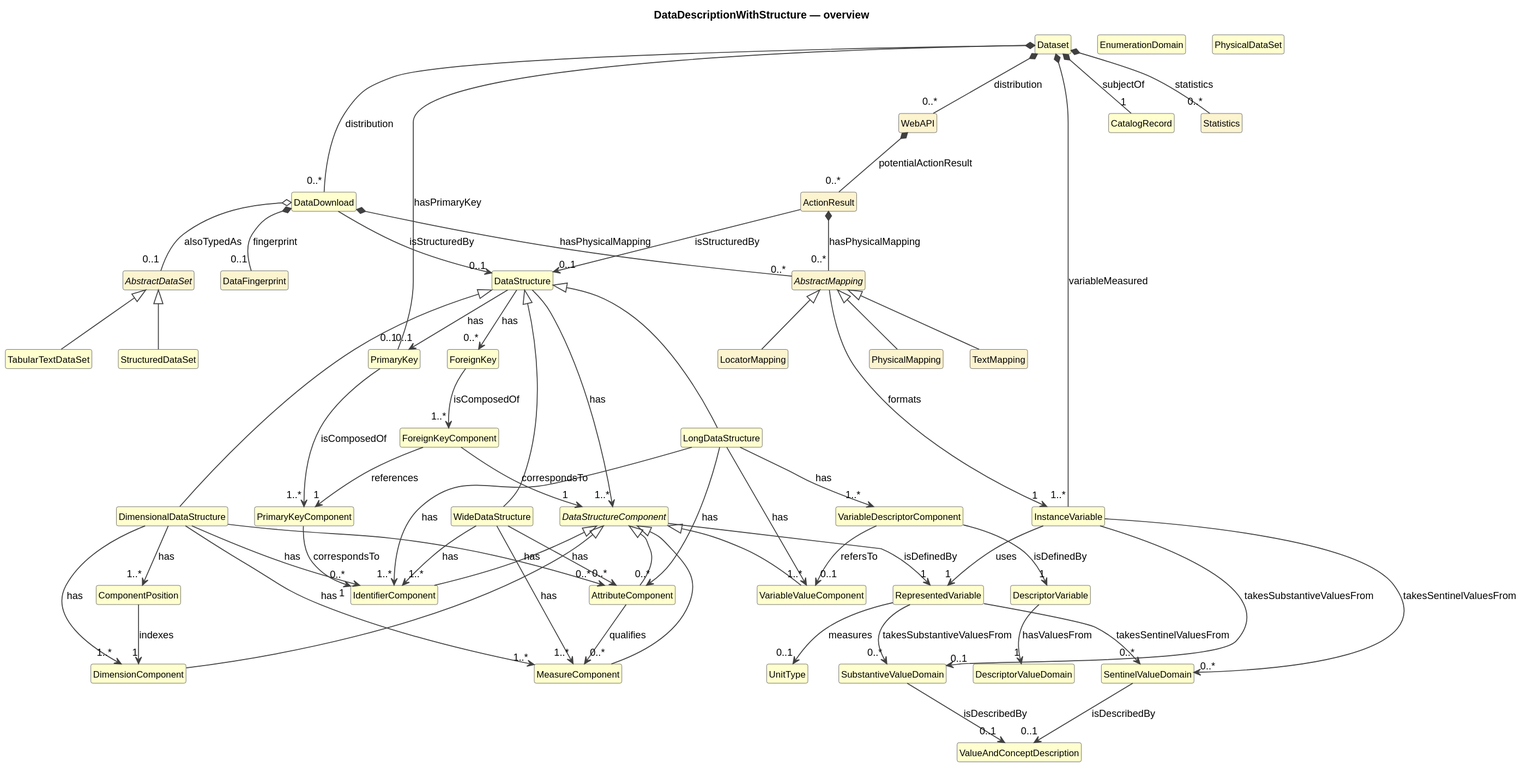
Above: cdif-uml-model/_plantuml/cdifDataStructure/index.svg in Cross-Domain-Interoperability-Framework/metadataBuildingBlocks (PlantUML), before the change.
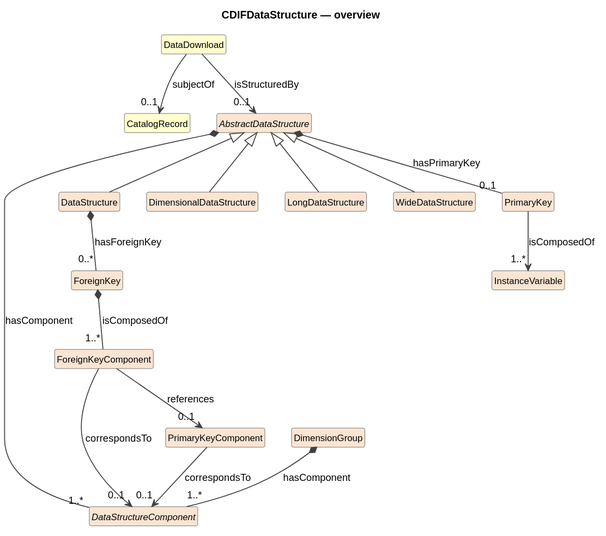
Later version of the same file.

Diff of the diagram source:
```diff
@@ -1,5 +1,5 @@
 @startuml
-title DataDescriptionWithStructure — overview
+title CDIFDataStructure — overview
 hide circle
 hide empty members
 skinparam shadowing false
@@ -10,105 +10,33 @@
   FontSize 12
 }
 
-class "DataStructure" as DataStructure #FEFECE
-class "WideDataStructure" as WideDataStructure #FEFECE
-class "LongDataStructure" as LongDataStructure #FEFECE
-class "DimensionalDataStructure" as DimensionalDataStructure #FEFECE
-abstract class "DataStructureComponent" as DataStructureComponent #FEFECE
-class "IdentifierComponent" as IdentifierComponent #FEFECE
-class "MeasureComponent" as MeasureComponent #FEFECE
-class "AttributeComponent" as AttributeComponent #FEFECE
-class "DimensionComponent" as DimensionComponent #FEFECE
-class "VariableValueComponent" as VariableValueComponent #FEFECE
-class "VariableDescriptorComponent" as VariableDescriptorComponent #FEFECE
-class "ComponentPosition" as ComponentPosition #FEFECE
-class "PrimaryKey" as PrimaryKey #FEFECE
-class "PrimaryKeyComponent" as PrimaryKeyComponent #FEFECE
-class "RepresentedVariable" as RepresentedVariable #FEFECE
-class "DescriptorVariable" as DescriptorVariable #FEFECE
-class "InstanceVariable" as InstanceVariable #FEFECE
-class "SubstantiveValueDomain" as SubstantiveValueDomain #FEFECE
-class "SentinelValueDomain" as SentinelValueDomain #FEFECE
-class "DescriptorValueDomain" as DescriptorValueDomain #FEFECE
-class "EnumerationDomain" as EnumerationDomain #FEFECE
-class "ForeignKey" as ForeignKey #FEFECE
-class "ForeignKeyComponent" as ForeignKeyComponent #FEFECE
-class "ValueAndConceptDescription" as ValueAndConceptDescription #FEFECE
-class "UnitType" as UnitType #FEFECE
-class "PhysicalDataSet" as PhysicalDataSet #FEFECE
-class "TabularTextDataSet" as TabularTextDataSet #FEFECE
-class "StructuredDataSet" as StructuredDataSet #FEFECE
-class "Dataset" as Dataset #FEFECE
+class "DataDownload" as DataDownload #FEFECE
 class "CatalogRecord" as CatalogRecord #FEFECE
-class "DataDownload" as DataDownload #FEFECE
-class "WebAPI" as WebAPI #FCF3CF
-class "ActionResult" as ActionResult #FCF3CF
-abstract class "AbstractMapping" as AbstractMapping #FCF3CF
-class "PhysicalMapping" as PhysicalMapping #FCF3CF
-class "TextMapping" as TextMapping #FCF3CF
-class "LocatorMapping" as LocatorMapping #FCF3CF
-abstract class "AbstractDataSet" as AbstractDataSet #FCF3CF
-class "DataFingerprint" as DataFingerprint #FCF3CF
-class "Statistics" as Statistics #FCF3CF
-DataStructure <|-- WideDataStructure
-DataStructure <|-- LongDataStructure
-DataStructure <|-- DimensionalDataStructure
-DataStructureComponent <|-- IdentifierComponent
-DataStructureComponent <|-- MeasureComponent
-DataStructureComponent <|-- AttributeComponent
-DataStructureComponent <|-- DimensionComponent
-DataStructureComponent <|-- VariableValueComponent
-AbstractDataSet <|-- TabularTextDataSet
-AbstractDataSet <|-- StructuredDataSet
-AbstractMapping <|-- PhysicalMapping
-AbstractMapping <|-- TextMapping
-AbstractMapping <|-- LocatorMapping
-DataStructure --> "1..*" DataStructureComponent : has
-DataStructure --> "0..1" PrimaryKey : has
-DataStructure --> "0..*" ForeignKey : has
-WideDataStructure --> "1..*" IdentifierComponent : has
-WideDataStructure --> "1..*" MeasureComponent : has
-WideDataStructure --> "0..*" AttributeComponent : has
-LongDataStructure --> "1..*" IdentifierComponent : has
-LongDataStructure --> "1..*" VariableDescriptorComponent : has
-LongDataStructure --> "1..*" VariableValueComponent : has
-LongDataStructure --> "0..*" AttributeComponent : has
-DimensionalDataStructure --> "0..*" IdentifierComponent : has
-DimensionalDataStructure --> "1..*" DimensionComponent : has
-DimensionalDataStructure --> "1..*" MeasureComponent : has
-DimensionalDataStructure --> "0..*" AttributeComponent : has
-DimensionalDataStructure --> "1..*" ComponentPosition : has
-DataStructureComponent --> "1" RepresentedVariable : isDefinedBy
-AttributeComponent --> "0..*" MeasureComponent : qualifies
-VariableDescriptorComponent --> "1" DescriptorVariable : isDefinedBy
-VariableDescriptorComponent --> "0..1" VariableValueComponent : refersTo
-ComponentPosition --> "1" DimensionComponent : indexes
-PrimaryKey --> "1..*" PrimaryKeyComponent : isComposedOf
-PrimaryKeyComponent --> "1" IdentifierComponent : correspondsTo
-RepresentedVariable --> "0..*" SubstantiveValueDomain : takesSubstantiveValuesFrom
-RepresentedVariable --> "0..*" SentinelValueDomain : takesSentinelValuesFrom
-RepresentedVariable --> "0..1" UnitType : measures
-DescriptorVariable --> "1" DescriptorValueDomain : hasValuesFrom
-InstanceVariable --> "1" RepresentedVariable : uses
-InstanceVariable --> "0..1" SubstantiveValueDomain : takesSubstantiveValuesFrom
-InstanceVariable --> "0..*" SentinelValueDomain : takesSentinelValuesFrom
-SubstantiveValueDomain --> "0..1" ValueAndConceptDescription : isDescribedBy
-SentinelValueDomain --> "0..1" ValueAndConceptDescription : isDescribedBy
-ForeignKey --> "1..*" ForeignKeyComponent : isComposedOf
-ForeignKeyComponent --> "1" DataStructureComponent : correspondsTo
-ForeignKeyComponent --> "1" PrimaryKeyComponent : references
-Dataset *-- "1" CatalogRecord : subjectOf
-Dataset *-- "1..*" InstanceVariable : variableMeasured
-Dataset *-- "0..1" PrimaryKey : hasPrimaryKey
-Dataset *-- "0..*" Statistics : statistics
-Dataset *-- "0..*" DataDownload : distribution
-Dataset *-- "0..*" WebAPI : distribution
-DataDownload --> "0..1" DataStructure : isStructuredBy
-DataDownload *-- "0..*" AbstractMapping : hasPhysicalMapping
-DataDownload o-- "0..1" AbstractDataSet : alsoTypedAs
-DataDownload *-- "0..1" DataFingerprint : fingerprint
-WebAPI *-- "0..*" ActionResult : potentialActionResult
-ActionResult --> "0..1" DataStructure : isStructuredBy
-ActionResult *-- "0..*" AbstractMapping : hasPhysicalMapping
-AbstractMapping --> "1" InstanceVariable : formats
+abstract class "DataStructureComponent" as DataStructureComponent #FAE5D3
+class "InstanceVariable" as InstanceVariable #FAE5D3
+abstract class "AbstractDataStructure" as AbstractDataStructure #FAE5D3
+class "DataStructure" as DataStructure #FAE5D3
+class "DimensionalDataStructure" as DimensionalDataStructure #FAE5D3
+class "LongDataStructure" as LongDataStructure #FAE5D3
+class "WideDataStructure" as WideDataStructure #FAE5D3
+class "DimensionGroup" as DimensionGroup #FAE5D3
+class "PrimaryKey" as PrimaryKey #FAE5D3
+class "PrimaryKeyComponent" as PrimaryKeyComponent #FAE5D3
+class "ForeignKey" as ForeignKey #FAE5D3
+class "ForeignKeyComponent" as ForeignKeyComponent #FAE5D3
+AbstractDataStructure <|-- DataStructure
+AbstractDataStructure <|-- DimensionalDataStructure
+AbstractDataStructure <|-- LongDataStructure
+AbstractDataStructure <|-- WideDataStructure
+DataDownload --> "0..1" CatalogRecord : subjectOf
+DataDownload --> "0..1" AbstractDataStructure : isStructuredBy
+AbstractDataStructure *-- "1..*" DataStructureComponent : hasComponent
+AbstractDataStructure *-- "0..1" PrimaryKey : hasPrimaryKey
+DataStructure *-- "0..*" ForeignKey : hasForeignKey
+DimensionGroup *-- "1..*" DataStructureComponent : hasComponent
+PrimaryKey --> "1..*" InstanceVariable : isComposedOf
+PrimaryKeyComponent --> "0..1" DataStructureComponent : correspondsTo
+ForeignKey *-- "1..*" ForeignKeyComponent : isComposedOf
+ForeignKeyComponent --> "0..1" PrimaryKeyComponent : references
+ForeignKeyComponent --> "0..1" DataStructureComponent : correspondsTo
 @enduml
```
